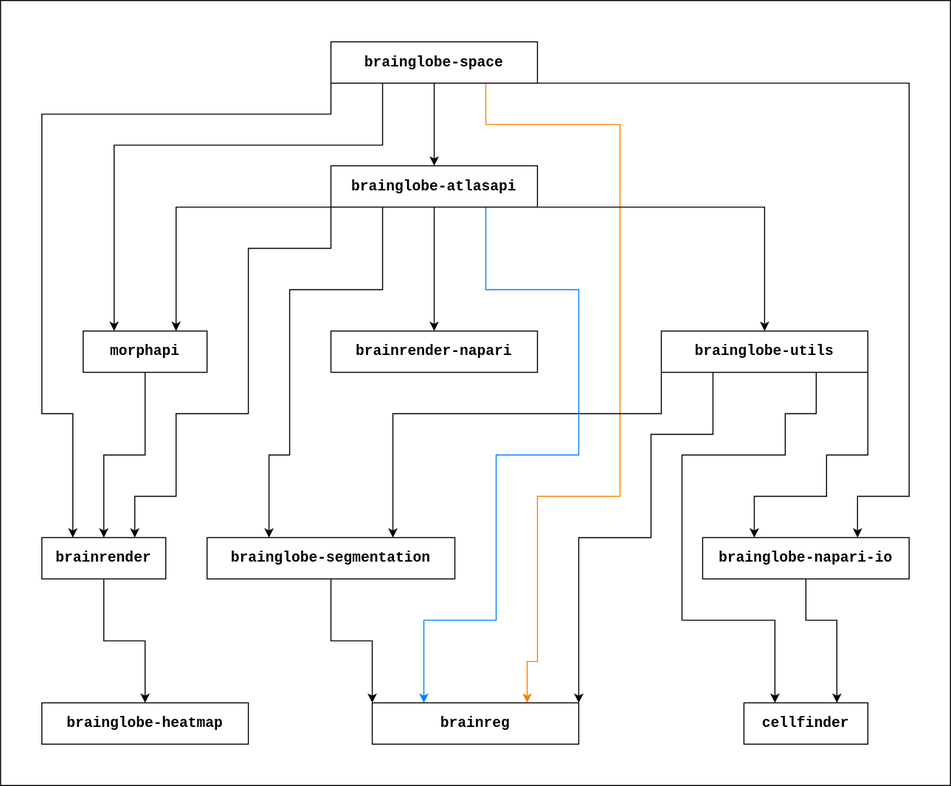
Before: _images/brainglobe-dependencies.svg, a diagram exported from draw.io (brainglobe/brainglobe.github.io). Source tidied: cells renumbered, new cells last; positions are measured from the earlier drawing's top-left corner, leaving out a move shared by most shapes.
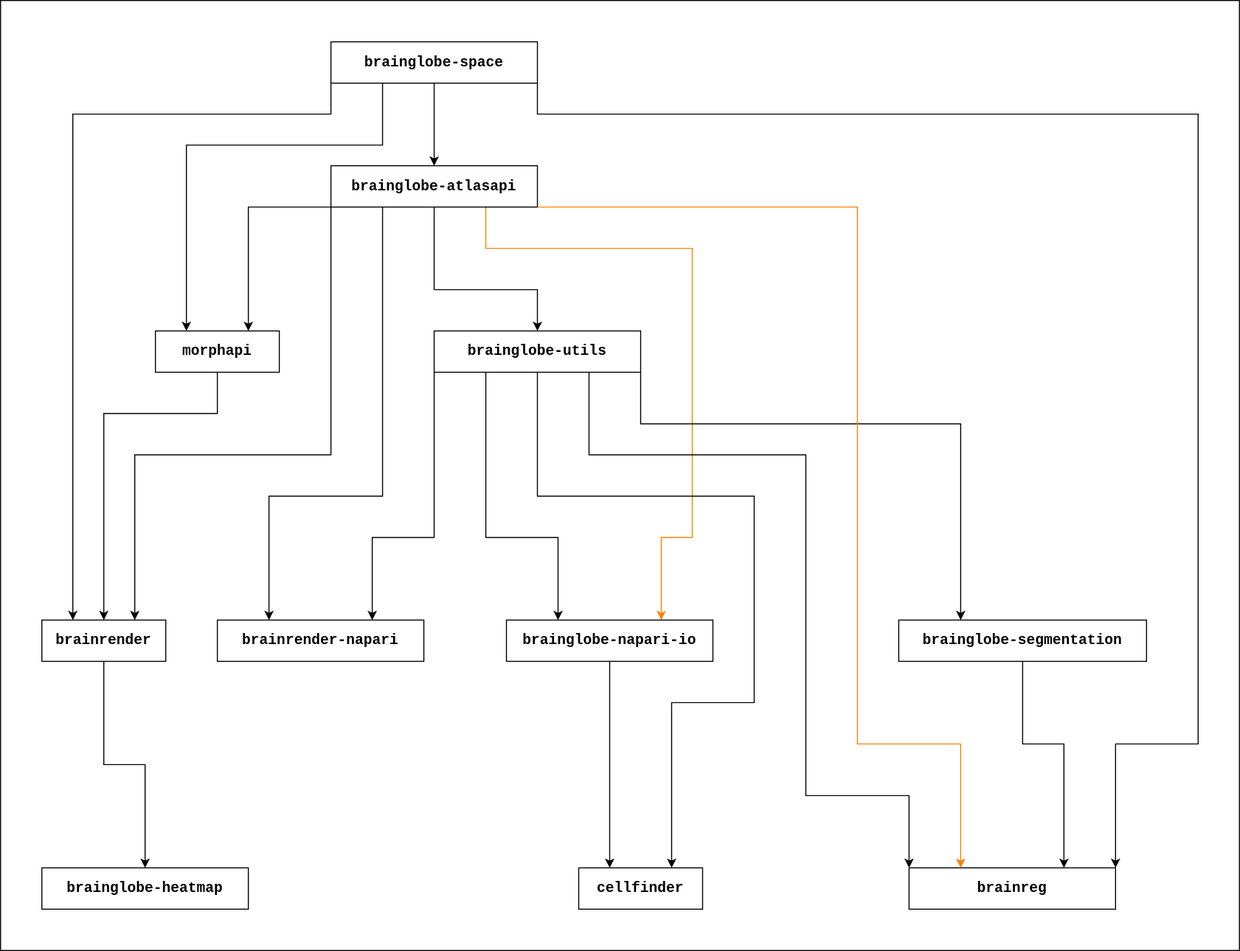
Above is the later version.

Commit message:
deploy: 31dcf70e7a565018239c4450c18ef0c76c2f8a9e

The edit, as a diff of the source:
```diff
@@ -3,7 +3,7 @@
     <mxCell id="0" />
     <mxCell id="1" parent="0" />
     <mxCell id="2" style="rounded=0;whiteSpace=wrap;html=1;" parent="1" vertex="1">
-      <mxGeometry width="920" height="760" as="geometry" />
+      <mxGeometry width="1200" height="920" as="geometry" />
     </mxCell>
     <mxCell id="3" style="edgeStyle=orthogonalEdgeStyle;rounded=0;jettySize=auto;html=1;exitX=0.5;exitY=1;exitDx=0;exitDy=0;entryX=0.5;entryY=0;entryDx=0;entryDy=0;" parent="1" edge="1" source="7" target="19">
       <mxGeometry relative="1" as="geometry" />
@@ -12,7 +12,7 @@
       <mxGeometry relative="1" as="geometry">
         <Array as="points">
           <mxPoint x="370" y="140" />
-          <mxPoint x="110" y="140" />
+          <mxPoint x="180" y="140" />
         </Array>
       </mxGeometry>
     </mxCell>
@@ -20,180 +20,168 @@
       <mxGeometry relative="1" as="geometry">
         <Array as="points">
           <mxPoint x="320" y="110" />
-          <mxPoint x="40" y="110" />
-          <mxPoint x="40" y="400" />
-          <mxPoint x="70" y="400" />
+          <mxPoint x="70" y="110" />
         </Array>
       </mxGeometry>
     </mxCell>
-    <mxCell id="6" style="edgeStyle=orthogonalEdgeStyle;rounded=0;jettySize=auto;html=1;exitX=0.75;exitY=1;exitDx=0;exitDy=0;entryX=0.75;entryY=0;entryDx=0;entryDy=0;strokeColor=#FF8000;" parent="1" edge="1" source="7" target="28">
+    <mxCell id="6" style="edgeStyle=orthogonalEdgeStyle;rounded=0;jettySize=auto;html=1;exitX=0.75;exitY=1;exitDx=0;exitDy=0;entryX=0.75;entryY=0;entryDx=0;entryDy=0;strokeColor=#FF8000;" parent="1" edge="1" source="19" target="23">
       <mxGeometry relative="1" as="geometry">
         <Array as="points">
-          <mxPoint x="470" y="120" />
-          <mxPoint x="600" y="120" />
-          <mxPoint x="600" y="480" />
-          <mxPoint x="520" y="480" />
-          <mxPoint x="520" y="640" />
-          <mxPoint x="510" y="640" />
+          <mxPoint x="470" y="240" />
+          <mxPoint x="670" y="240" />
+          <mxPoint x="670" y="520" />
+          <mxPoint x="640" y="520" />
         </Array>
       </mxGeometry>
     </mxCell>
+    <mxCell id="33" style="edgeStyle=orthogonalEdgeStyle;rounded=0;jettySize=auto;html=1;exitX=1;exitY=1;exitDx=0;exitDy=0;entryX=1;entryY=0;entryDx=0;entryDy=0;" parent="1" edge="1" source="7" target="28">
+      <mxGeometry relative="1" as="geometry">
+        <Array as="points">
+          <mxPoint x="520" y="110" />
+          <mxPoint x="1160" y="110" />
+          <mxPoint x="1160" y="720" />
+          <mxPoint x="1080" y="720" />
+        </Array>
+      </mxGeometry>
+    </mxCell>
     <mxCell id="7" value="brainglobe-space" style="rounded=0;whiteSpace=wrap;html=1;fillColor=default;fontFamily=Courier New;fontStyle=1;fontSize=14;fontColor=default;" parent="1" vertex="1">
       <mxGeometry x="320" y="40" width="200" height="40" as="geometry" />
     </mxCell>
+    <mxCell id="34" style="edgeStyle=orthogonalEdgeStyle;rounded=0;jettySize=auto;html=1;exitX=0;exitY=1;exitDx=0;exitDy=0;entryX=0.75;entryY=0;entryDx=0;entryDy=0;" parent="1" edge="1" source="12" target="24">
+      <mxGeometry relative="1" as="geometry">
+        <Array as="points">
+          <mxPoint x="420" y="520" />
+          <mxPoint x="360" y="520" />
+        </Array>
+      </mxGeometry>
+    </mxCell>
+    <mxCell id="9" style="edgeStyle=orthogonalEdgeStyle;rounded=0;jettySize=auto;html=1;exitX=0.25;exitY=1;exitDx=0;exitDy=0;entryX=0.25;entryY=0;entryDx=0;entryDy=0;" parent="1" edge="1" source="12" target="23">
+      <mxGeometry relative="1" as="geometry">
+        <Array as="points">
+          <mxPoint x="470" y="520" />
+          <mxPoint x="540" y="520" />
+        </Array>
+      </mxGeometry>
+    </mxCell>
-    <mxCell id="8" style="edgeStyle=orthogonalEdgeStyle;rounded=0;jettySize=auto;html=1;exitX=0;exitY=1;exitDx=0;exitDy=0;entryX=0.75;entryY=0;entryDx=0;entryDy=0;" parent="1" edge="1" source="12" target="26">
+    <mxCell id="8" style="edgeStyle=orthogonalEdgeStyle;rounded=0;jettySize=auto;html=1;exitX=1;exitY=1;exitDx=0;exitDy=0;entryX=0.25;entryY=0;entryDx=0;entryDy=0;" parent="1" edge="1" source="12" target="26">
       <mxGeometry relative="1" as="geometry">
         <Array as="points">
-          <mxPoint x="640" y="400" />
-          <mxPoint x="380" y="400" />
+          <mxPoint x="620" y="410" />
+          <mxPoint x="930" y="410" />
         </Array>
       </mxGeometry>
     </mxCell>
-    <mxCell id="9" style="edgeStyle=orthogonalEdgeStyle;rounded=0;jettySize=auto;html=1;exitX=1;exitY=1;exitDx=0;exitDy=0;entryX=0.25;entryY=0;entryDx=0;entryDy=0;" parent="1" edge="1" source="12" target="23">
-      <mxGeometry relative="1" as="geometry">
-        <Array as="points">
-          <mxPoint x="840" y="440" />
-          <mxPoint x="800" y="440" />
-          <mxPoint x="800" y="480" />
-          <mxPoint x="730" y="480" />
-        </Array>
-      </mxGeometry>
-    </mxCell>
-    <mxCell id="10" style="edgeStyle=orthogonalEdgeStyle;rounded=0;jettySize=auto;html=1;exitX=0.75;exitY=1;exitDx=0;exitDy=0;entryX=0.25;entryY=0;entryDx=0;entryDy=0;" parent="1" edge="1" source="12" target="27">
+    <mxCell id="10" style="edgeStyle=orthogonalEdgeStyle;rounded=0;jettySize=auto;html=1;exitX=0.5;exitY=1;exitDx=0;exitDy=0;entryX=0.75;entryY=0;entryDx=0;entryDy=0;" parent="1" edge="1" source="12" target="27">
       <mxGeometry relative="1" as="geometry">
         <Array as="points">
-          <mxPoint x="790" y="400" />
-          <mxPoint x="760" y="400" />
-          <mxPoint x="760" y="440" />
-          <mxPoint x="660" y="440" />
-          <mxPoint x="660" y="600" />
-          <mxPoint x="750" y="600" />
+          <mxPoint x="520" y="480" />
+          <mxPoint x="730" y="480" />
+          <mxPoint x="730" y="680" />
+          <mxPoint x="650" y="680" />
         </Array>
       </mxGeometry>
     </mxCell>
-    <mxCell id="11" style="edgeStyle=orthogonalEdgeStyle;rounded=0;jettySize=auto;html=1;exitX=0.25;exitY=1;exitDx=0;exitDy=0;entryX=1;entryY=0;entryDx=0;entryDy=0;" parent="1" edge="1" source="12" target="28">
+    <mxCell id="11" style="edgeStyle=orthogonalEdgeStyle;rounded=0;jettySize=auto;html=1;exitX=0.75;exitY=1;exitDx=0;exitDy=0;entryX=0;entryY=0;entryDx=0;entryDy=0;" parent="1" edge="1" source="12" target="28">
       <mxGeometry relative="1" as="geometry">
         <Array as="points">
-          <mxPoint x="690" y="420" />
-          <mxPoint x="630" y="420" />
-          <mxPoint x="630" y="520" />
-          <mxPoint x="560" y="520" />
+          <mxPoint x="570" y="440" />
+          <mxPoint x="780" y="440" />
+          <mxPoint x="780" y="770" />
+          <mxPoint x="880" y="770" />
         </Array>
       </mxGeometry>
     </mxCell>
     <mxCell id="12" value="brainglobe-utils" style="rounded=0;whiteSpace=wrap;html=1;fillColor=default;fontFamily=Courier New;fontStyle=1;fontSize=14;fontColor=default;" parent="1" vertex="1">
-      <mxGeometry x="640" y="320" width="200" height="40" as="geometry" />
+      <mxGeometry x="420" y="320" width="200" height="40" as="geometry" />
     </mxCell>
     <mxCell id="13" style="edgeStyle=orthogonalEdgeStyle;rounded=0;jettySize=auto;html=1;exitX=0;exitY=1;exitDx=0;exitDy=0;entryX=0.75;entryY=0;entryDx=0;entryDy=0;" parent="1" edge="1" source="19" target="21">
       <mxGeometry relative="1" as="geometry">
         <Array as="points">
-          <mxPoint x="170" y="200" />
+          <mxPoint x="240" y="200" />
         </Array>
       </mxGeometry>
     </mxCell>
     <mxCell id="14" style="edgeStyle=orthogonalEdgeStyle;rounded=0;jettySize=auto;html=1;exitX=0;exitY=1;exitDx=0;exitDy=0;entryX=0.75;entryY=0;entryDx=0;entryDy=0;" parent="1" edge="1" source="19" target="30">
       <mxGeometry relative="1" as="geometry">
         <Array as="points">
-          <mxPoint x="320" y="240" />
-          <mxPoint x="240" y="240" />
-          <mxPoint x="240" y="400" />
-          <mxPoint x="170" y="400" />
-          <mxPoint x="170" y="480" />
-          <mxPoint x="130" y="480" />
+          <mxPoint x="320" y="440" />
+          <mxPoint x="130" y="440" />
         </Array>
       </mxGeometry>
     </mxCell>
+    <mxCell id="17" style="edgeStyle=orthogonalEdgeStyle;rounded=0;jettySize=auto;html=1;exitX=0.5;exitY=1;exitDx=0;exitDy=0;entryX=0.5;entryY=0;entryDx=0;entryDy=0;" parent="1" edge="1" source="19" target="12">
+      <mxGeometry relative="1" as="geometry">
+        <Array as="points">
+          <mxPoint x="420" y="280" />
+          <mxPoint x="520" y="280" />
+        </Array>
+      </mxGeometry>
+    </mxCell>
-    <mxCell id="15" style="edgeStyle=orthogonalEdgeStyle;rounded=0;jettySize=auto;html=1;exitX=0.5;exitY=1;exitDx=0;exitDy=0;entryX=0.5;entryY=0;entryDx=0;entryDy=0;" parent="1" edge="1" source="19" target="24">
+    <mxCell id="15" style="edgeStyle=orthogonalEdgeStyle;rounded=0;jettySize=auto;html=1;exitX=0.25;exitY=1;exitDx=0;exitDy=0;entryX=0.25;entryY=0;entryDx=0;entryDy=0;" parent="1" edge="1" source="19" target="24">
       <mxGeometry relative="1" as="geometry">
         <Array as="points">
-          <mxPoint x="420" y="300" />
-          <mxPoint x="420" y="300" />
+          <mxPoint x="370" y="480" />
+          <mxPoint x="260" y="480" />
         </Array>
       </mxGeometry>
     </mxCell>
-    <mxCell id="16" style="edgeStyle=orthogonalEdgeStyle;rounded=0;jettySize=auto;html=1;exitX=0.25;exitY=1;exitDx=0;exitDy=0;entryX=0.25;entryY=0;entryDx=0;entryDy=0;" parent="1" edge="1" source="19" target="26">
-      <mxGeometry relative="1" as="geometry">
-        <Array as="points">
-          <mxPoint x="370" y="280" />
-          <mxPoint x="280" y="280" />
-          <mxPoint x="280" y="440" />
-          <mxPoint x="260" y="440" />
-        </Array>
-      </mxGeometry>
-    </mxCell>
-    <mxCell id="17" style="edgeStyle=orthogonalEdgeStyle;rounded=0;jettySize=auto;html=1;exitX=1;exitY=1;exitDx=0;exitDy=0;entryX=0.5;entryY=0;entryDx=0;entryDy=0;" parent="1" edge="1" source="19" target="12">
-      <mxGeometry relative="1" as="geometry">
-        <Array as="points">
-          <mxPoint x="740" y="200" />
-        </Array>
-      </mxGeometry>
-    </mxCell>
-    <mxCell id="18" style="edgeStyle=orthogonalEdgeStyle;rounded=0;jettySize=auto;html=1;exitX=0.75;exitY=1;exitDx=0;exitDy=0;entryX=0.25;entryY=0;entryDx=0;entryDy=0;fillColor=#dae8fc;strokeColor=#007FFF;" parent="1" edge="1" source="19" target="28">
-      <mxGeometry relative="1" as="geometry">
-        <Array as="points">
-          <mxPoint x="470" y="280" />
-          <mxPoint x="560" y="280" />
-          <mxPoint x="560" y="440" />
-          <mxPoint x="480" y="440" />
-          <mxPoint x="480" y="600" />
-          <mxPoint x="410" y="600" />
-        </Array>
-      </mxGeometry>
-    </mxCell>
     <mxCell id="19" value="brainglobe-atlasapi" style="rounded=0;whiteSpace=wrap;html=1;fillColor=default;fontFamily=Courier New;fontStyle=1;fontSize=14;fontColor=default;" parent="1" vertex="1">
       <mxGeometry x="320" y="160" width="200" height="40" as="geometry" />
     </mxCell>
     <mxCell id="20" style="edgeStyle=orthogonalEdgeStyle;rounded=0;jettySize=auto;html=1;exitX=0.5;exitY=1;exitDx=0;exitDy=0;entryX=0.5;entryY=0;entryDx=0;entryDy=0;" parent="1" edge="1" source="21" target="30">
-      <mxGeometry relative="1" as="geometry" />
+      <mxGeometry relative="1" as="geometry">
+        <Array as="points">
+          <mxPoint x="210" y="400" />
+          <mxPoint x="100" y="400" />
+        </Array>
+      </mxGeometry>
     </mxCell>
     <mxCell id="21" value="morphapi" style="rounded=0;whiteSpace=wrap;html=1;fillColor=default;fontFamily=Courier New;fontStyle=1;fontSize=14;fontColor=default;" parent="1" vertex="1">
-      <mxGeometry x="80" y="320" width="120" height="40" as="geometry" />
+      <mxGeometry x="150" y="320" width="120" height="40" as="geometry" />
     </mxCell>
-    <mxCell id="22" style="edgeStyle=orthogonalEdgeStyle;rounded=0;jettySize=auto;html=1;exitX=0.5;exitY=1;exitDx=0;exitDy=0;entryX=0.75;entryY=0;entryDx=0;entryDy=0;" parent="1" edge="1" source="23" target="27">
-      <mxGeometry relative="1" as="geometry">
-        <Array as="points">
-          <mxPoint x="780" y="600" />
-          <mxPoint x="810" y="600" />
-        </Array>
-      </mxGeometry>
+    <mxCell id="22" style="edgeStyle=orthogonalEdgeStyle;rounded=0;jettySize=auto;html=1;exitX=0.5;exitY=1;exitDx=0;exitDy=0;entryX=0.25;entryY=0;entryDx=0;entryDy=0;" parent="1" edge="1" source="23" target="27">
+      <mxGeometry relative="1" as="geometry" />
     </mxCell>
     <mxCell id="23" value="brainglobe-napari-io" style="rounded=0;whiteSpace=wrap;html=1;fillColor=default;fontFamily=Courier New;fontStyle=1;fontSize=14;fontColor=default;" parent="1" vertex="1">
-      <mxGeometry x="680" y="520" width="200" height="40" as="geometry" />
+      <mxGeometry x="490" y="600" width="200" height="40" as="geometry" />
     </mxCell>
     <mxCell id="24" value="brainrender-napari" style="rounded=0;whiteSpace=wrap;html=1;fillColor=default;fontFamily=Courier New;fontStyle=1;fontSize=14;fontColor=default;" parent="1" vertex="1">
-      <mxGeometry x="320" y="320" width="200" height="40" as="geometry" />
+      <mxGeometry x="210" y="600" width="200" height="40" as="geometry" />
     </mxCell>
-    <mxCell id="25" style="edgeStyle=orthogonalEdgeStyle;rounded=0;jettySize=auto;html=1;exitX=0.5;exitY=1;exitDx=0;exitDy=0;entryX=0;entryY=0;entryDx=0;entryDy=0;" parent="1" edge="1" source="26" target="28">
-      <mxGeometry relative="1" as="geometry" />
+    <mxCell id="25" style="edgeStyle=orthogonalEdgeStyle;rounded=0;jettySize=auto;html=1;exitX=0.5;exitY=1;exitDx=0;exitDy=0;entryX=0.75;entryY=0;entryDx=0;entryDy=0;" parent="1" edge="1" source="26" target="28">
+      <mxGeometry relative="1" as="geometry">
+        <Array as="points">
+          <mxPoint x="990" y="720" />
+          <mxPoint x="1030" y="720" />
+        </Array>
+      </mxGeometry>
     </mxCell>
     <mxCell id="26" value="brainglobe-segmentation" style="rounded=0;whiteSpace=wrap;html=1;fillColor=default;fontFamily=Courier New;fontStyle=1;fontSize=14;fontColor=default;" parent="1" vertex="1">
-      <mxGeometry x="200" y="520" width="240" height="40" as="geometry" />
+      <mxGeometry x="870" y="600" width="240" height="40" as="geometry" />
     </mxCell>
     <mxCell id="27" value="cellfinder" style="rounded=0;whiteSpace=wrap;html=1;fillColor=default;fontFamily=Courier New;fontStyle=1;fontSize=14;fontColor=default;" parent="1" vertex="1">
-      <mxGeometry x="720" y="680" width="120" height="40" as="geometry" />
+      <mxGeometry x="560" y="840" width="120" height="40" as="geometry" />
     </mxCell>
     <mxCell id="28" value="brainreg" style="rounded=0;whiteSpace=wrap;html=1;fillColor=default;fontFamily=Courier New;fontStyle=1;fontSize=14;fontColor=default;" parent="1" vertex="1">
-      <mxGeometry x="360" y="680" width="200" height="40" as="geometry" />
+      <mxGeometry x="880" y="840" width="200" height="40" as="geometry" />
     </mxCell>
     <mxCell id="29" style="edgeStyle=orthogonalEdgeStyle;rounded=0;jettySize=auto;html=1;entryX=0.5;entryY=0;entryDx=0;entryDy=0;" parent="1" edge="1" source="30" target="31">
       <mxGeometry relative="1" as="geometry" />
     </mxCell>
     <mxCell id="30" value="brainrender" style="rounded=0;whiteSpace=wrap;html=1;fillColor=default;fontFamily=Courier New;fontStyle=1;fontSize=14;fontColor=default;" parent="1" vertex="1">
-      <mxGeometry x="40" y="520" width="120" height="40" as="geometry" />
+      <mxGeometry x="40" y="600" width="120" height="40" as="geometry" />
     </mxCell>
     <mxCell id="31" value="brainglobe-heatmap" style="rounded=0;whiteSpace=wrap;html=1;fillColor=default;fontFamily=Courier New;fontStyle=1;fontSize=14;fontColor=default;" parent="1" vertex="1">
-      <mxGeometry x="40" y="680" width="200" height="40" as="geometry" />
+      <mxGeometry x="40" y="840" width="200" height="40" as="geometry" />
     </mxCell>
-    <mxCell id="32" style="edgeStyle=orthogonalEdgeStyle;rounded=0;jettySize=auto;html=1;exitX=1;exitY=1;exitDx=0;exitDy=0;" parent="1" edge="1" source="7">
-      <mxGeometry relative="1" as="geometry">
-        <mxPoint x="830" y="520" as="targetPoint" />
-        <Array as="points">
-          <mxPoint x="880" y="80" />
-          <mxPoint x="880" y="480" />
-          <mxPoint x="830" y="480" />
-          <mxPoint x="830" y="520" />
-        </Array>
-      </mxGeometry>
-    </mxCell>
+    <mxCell id="18" style="edgeStyle=orthogonalEdgeStyle;rounded=0;jettySize=auto;html=1;exitX=1;exitY=1;exitDx=0;exitDy=0;entryX=0.25;entryY=0;entryDx=0;entryDy=0;strokeColor=#FF8000;" parent="1" edge="1" source="19" target="28">
+      <mxGeometry relative="1" as="geometry">
+        <Array as="points">
+          <mxPoint x="830" y="200" />
+          <mxPoint x="830" y="720" />
+          <mxPoint x="930" y="720" />
+        </Array>
+      </mxGeometry>
+    </mxCell>
   </root>
 </mxGraphModel>
```
